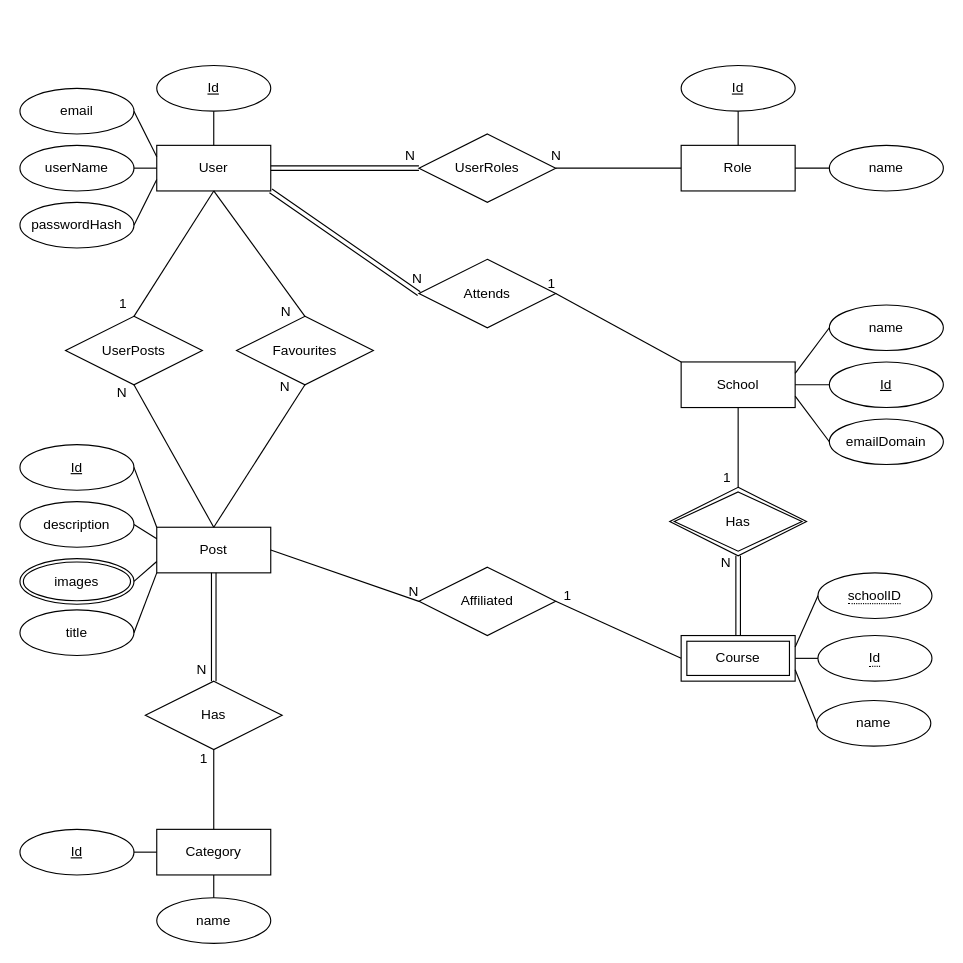
kroyyc/UDeal keeps this draw.io diagram as Design/UDeal-ERD.drawio. Above is the earlier version. Source tidied: cells renumbered, new cells numbered last; positions are measured from the earlier drawing's top-left corner, leaving out a move shared by most shapes. Both pictures are drawn from the tidied source at 114%, with x=0, y=0 at pixel (19, 65).
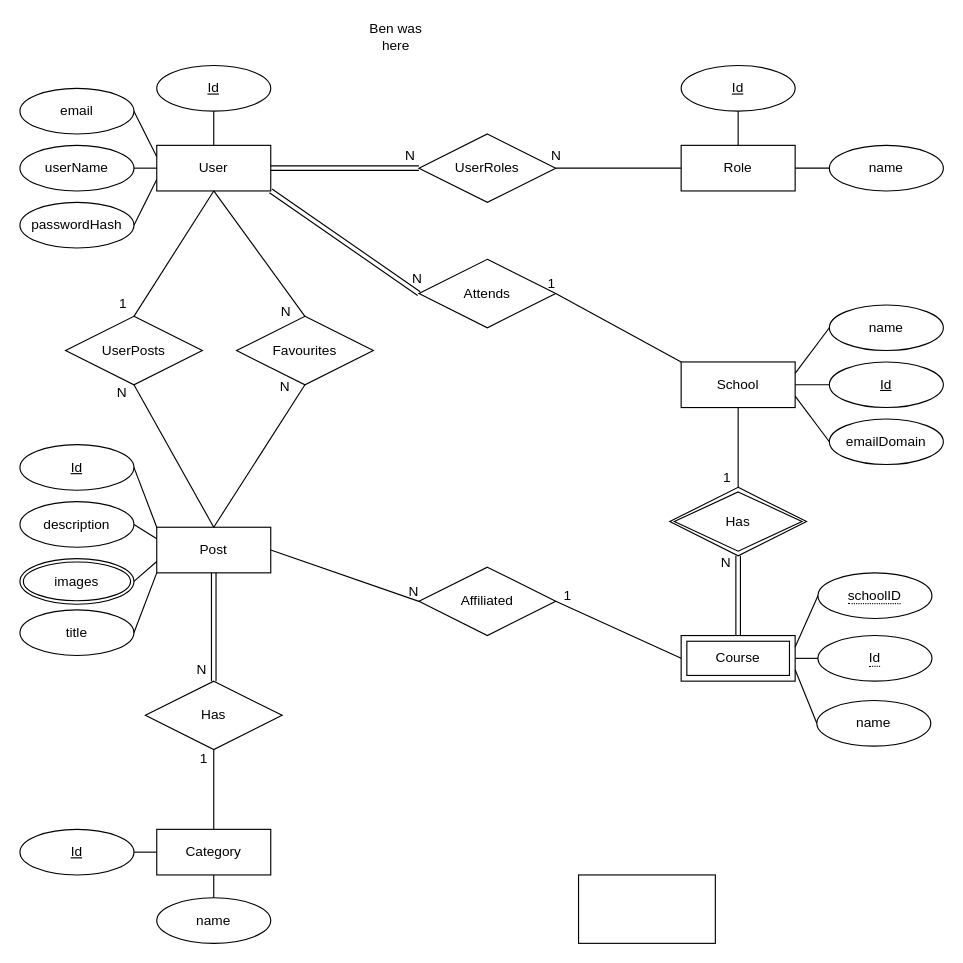
The same diagram, later.

Change to the diagram source:
```diff
@@
+    <mxCell id="80" value="Ben was here" style="text;html=1;strokeColor=none;fillColor=none;align=center;verticalAlign=middle;whiteSpace=wrap;rounded=0;" parent="1" vertex="1">
+      <mxGeometry x="300" y="-40" width="60" height="30" as="geometry" />
+    </mxCell>
+    <mxCell id="81" style="rounded=0;whiteSpace=wrap;html=1;" parent="1" vertex="1">
+      <mxGeometry x="490" y="710" width="120" height="60" as="geometry" />
+    </mxCell>
```
